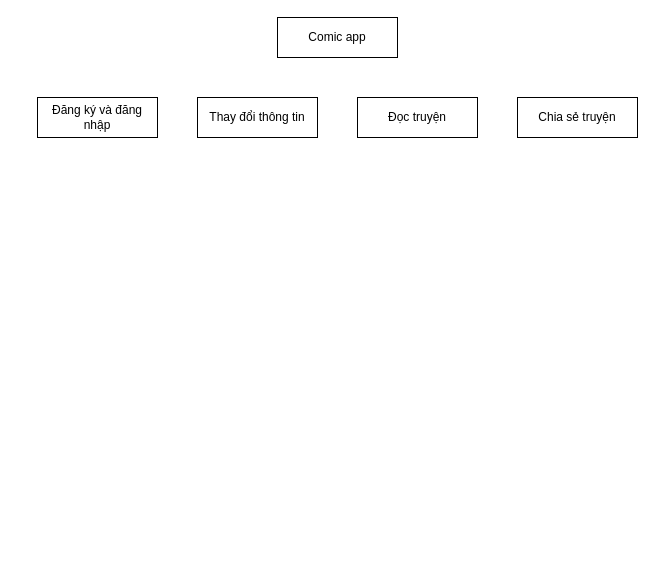
Above: Untitled Diagram.drawio in CosmicFishi/test_ki-m_th- (draw.io), before the change. Source tidied: cells renumbered, new cells numbered last; positions are measured from the earlier drawing's top-left corner, leaving out a move shared by most shapes. Both pictures are drawn from the tidied source at 100%, with x=0, y=0 at pixel (37, 17).
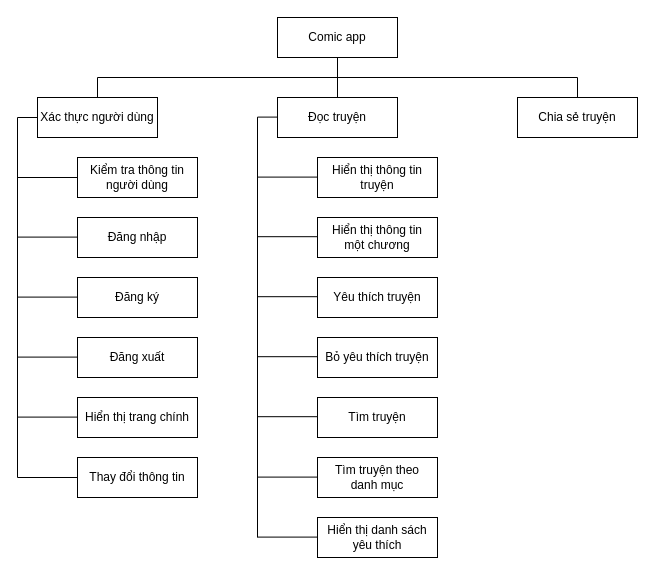
After the change.

Unchanged cells that the change refers to:
```xml
<mxCell id="2" value="Comic app" style="rounded=0;whiteSpace=wrap;html=1;" parent="1" vertex="1">
  <mxGeometry x="240" width="120" height="40" as="geometry" />
</mxCell>
<mxCell id="6" value="Chia sẻ truyện" style="rounded=0;whiteSpace=wrap;html=1;" parent="1" vertex="1">
  <mxGeometry x="480" y="80" width="120" height="40" as="geometry" />
</mxCell>
```

Change to the diagram source:
```diff
@@
-    <mxCell id="3" value="Đăng ký và đăng nhập" style="rounded=0;whiteSpace=wrap;html=1;" parent="1" vertex="1">
+    <mxCell id="3" value="Xác thực người dùng" style="rounded=0;whiteSpace=wrap;html=1;" parent="1" vertex="1">
       <mxGeometry y="80" width="120" height="40" as="geometry" />
     </mxCell>
-    <mxCell id="4" value="Thay đổi thông tin" style="rounded=0;whiteSpace=wrap;html=1;" parent="1" vertex="1">
-      <mxGeometry x="160" y="80" width="120" height="40" as="geometry" />
-    </mxCell>
     <mxCell id="5" value="Đọc truyện" style="rounded=0;whiteSpace=wrap;html=1;" parent="1" vertex="1">
-      <mxGeometry x="320" y="80" width="120" height="40" as="geometry" />
+      <mxGeometry x="240" y="80" width="120" height="40" as="geometry" />
     </mxCell>
@@
+    <mxCell id="7" style="endArrow=none;html=1;" parent="1" edge="1">
+      <mxGeometry relative="1" as="geometry">
+        <mxPoint x="60" y="60" as="sourcePoint" />
+        <mxPoint x="540" y="60" as="targetPoint" />
+      </mxGeometry>
+    </mxCell>
+    <mxCell id="8" style="endArrow=none;html=1;entryX=0.5;entryY=1;entryDx=0;entryDy=0;" parent="1" edge="1" target="2">
+      <mxGeometry relative="1" as="geometry">
+        <mxPoint x="300" y="60" as="sourcePoint" />
+      </mxGeometry>
+    </mxCell>
+    <mxCell id="9" style="endArrow=none;html=1;exitX=0.5;exitY=0;exitDx=0;exitDy=0;" parent="1" edge="1" source="5">
+      <mxGeometry relative="1" as="geometry">
+        <mxPoint x="300" y="60" as="targetPoint" />
+      </mxGeometry>
+    </mxCell>
+    <mxCell id="10" style="endArrow=none;html=1;exitX=0.5;exitY=0;exitDx=0;exitDy=0;" parent="1" edge="1" source="6">
+      <mxGeometry relative="1" as="geometry">
+        <mxPoint x="540" y="60" as="targetPoint" />
+      </mxGeometry>
+    </mxCell>
+    <mxCell id="11" style="endArrow=none;html=1;exitX=0.5;exitY=0;exitDx=0;exitDy=0;" parent="1" edge="1" source="3">
+      <mxGeometry relative="1" as="geometry">
+        <mxPoint x="60" y="60" as="targetPoint" />
+      </mxGeometry>
+    </mxCell>
+    <mxCell id="12" value="Kiểm tra thông tin người dùng" style="rounded=0;whiteSpace=wrap;html=1;" parent="1" vertex="1">
+      <mxGeometry x="40" y="140" width="120" height="40" as="geometry" />
+    </mxCell>
+    <mxCell id="13" value="Đăng nhập" style="rounded=0;whiteSpace=wrap;html=1;" parent="1" vertex="1">
+      <mxGeometry x="40" y="200" width="120" height="40" as="geometry" />
+    </mxCell>
+    <mxCell id="14" value="Đăng ký" style="rounded=0;whiteSpace=wrap;html=1;" parent="1" vertex="1">
+      <mxGeometry x="40" y="260" width="120" height="40" as="geometry" />
+    </mxCell>
+    <mxCell id="15" value="Đăng xuất" style="rounded=0;whiteSpace=wrap;html=1;" parent="1" vertex="1">
+      <mxGeometry x="40" y="320" width="120" height="40" as="geometry" />
+    </mxCell>
+    <mxCell id="16" value="Hiển thị trang chính" style="rounded=0;whiteSpace=wrap;html=1;" parent="1" vertex="1">
+      <mxGeometry x="40" y="380" width="120" height="40" as="geometry" />
+    </mxCell>
+    <mxCell id="4" value="Thay đổi thông tin" style="rounded=0;whiteSpace=wrap;html=1;" parent="1" vertex="1">
+      <mxGeometry x="40" y="440" width="120" height="40" as="geometry" />
+    </mxCell>
+    <mxCell id="17" value="Hiển thị thông tin truyện" style="rounded=0;whiteSpace=wrap;html=1;" parent="1" vertex="1">
+      <mxGeometry x="280" y="140" width="120" height="40" as="geometry" />
+    </mxCell>
+    <mxCell id="18" value="Hiển thị thông tin &lt;br&gt;một chương" style="rounded=0;whiteSpace=wrap;html=1;" parent="1" vertex="1">
+      <mxGeometry x="280" y="200" width="120" height="40" as="geometry" />
+    </mxCell>
+    <mxCell id="19" value="Yêu thích truyện" style="rounded=0;whiteSpace=wrap;html=1;" parent="1" vertex="1">
+      <mxGeometry x="280" y="260" width="120" height="40" as="geometry" />
+    </mxCell>
+    <mxCell id="20" value="Bỏ yêu thích truyện" style="rounded=0;whiteSpace=wrap;html=1;" parent="1" vertex="1">
+      <mxGeometry x="280" y="320" width="120" height="40" as="geometry" />
+    </mxCell>
+    <mxCell id="21" value="Tìm truyện" style="rounded=0;whiteSpace=wrap;html=1;" parent="1" vertex="1">
+      <mxGeometry x="280" y="380" width="120" height="40" as="geometry" />
+    </mxCell>
+    <mxCell id="22" value="Tìm truyện theo &lt;br&gt;danh mục" style="rounded=0;whiteSpace=wrap;html=1;" parent="1" vertex="1">
+      <mxGeometry x="280" y="440" width="120" height="40" as="geometry" />
+    </mxCell>
+    <mxCell id="23" value="Hiển thị danh sách yêu thích" style="rounded=0;whiteSpace=wrap;html=1;" parent="1" vertex="1">
+      <mxGeometry x="280" y="500" width="120" height="40" as="geometry" />
+    </mxCell>
+    <mxCell id="24" style="endArrow=none;html=1;entryX=0;entryY=0.5;entryDx=0;entryDy=0;" parent="1" edge="1" target="3">
+      <mxGeometry relative="1" as="geometry">
+        <mxPoint x="-20" y="100" as="sourcePoint" />
+      </mxGeometry>
+    </mxCell>
+    <mxCell id="25" style="endArrow=none;html=1;" parent="1" edge="1">
+      <mxGeometry relative="1" as="geometry">
+        <mxPoint x="-20" y="100" as="sourcePoint" />
+        <mxPoint x="-20" y="460" as="targetPoint" />
+      </mxGeometry>
+    </mxCell>
+    <mxCell id="26" style="endArrow=none;html=1;entryX=0;entryY=0.5;entryDx=0;entryDy=0;" parent="1" edge="1" target="12">
+      <mxGeometry relative="1" as="geometry">
+        <mxPoint x="-20" y="160" as="sourcePoint" />
+      </mxGeometry>
+    </mxCell>
+    <mxCell id="27" style="endArrow=none;html=1;entryX=0;entryY=0.5;entryDx=0;entryDy=0;" parent="1" edge="1">
+      <mxGeometry relative="1" as="geometry">
+        <mxPoint x="-20" y="219.6" as="sourcePoint" />
+        <mxPoint x="40" y="219.6" as="targetPoint" />
+      </mxGeometry>
+    </mxCell>
+    <mxCell id="28" style="endArrow=none;html=1;entryX=0;entryY=0.5;entryDx=0;entryDy=0;" parent="1" edge="1">
+      <mxGeometry relative="1" as="geometry">
+        <mxPoint x="-20" y="279.6" as="sourcePoint" />
+        <mxPoint x="40" y="279.6" as="targetPoint" />
+      </mxGeometry>
+    </mxCell>
+    <mxCell id="29" style="endArrow=none;html=1;entryX=0;entryY=0.5;entryDx=0;entryDy=0;" parent="1" edge="1">
+      <mxGeometry relative="1" as="geometry">
+        <mxPoint x="-20" y="339.6" as="sourcePoint" />
+        <mxPoint x="40" y="339.6" as="targetPoint" />
+      </mxGeometry>
+    </mxCell>
+    <mxCell id="30" style="endArrow=none;html=1;entryX=0;entryY=0.5;entryDx=0;entryDy=0;" parent="1" edge="1">
+      <mxGeometry relative="1" as="geometry">
+        <mxPoint x="-20" y="399.6" as="sourcePoint" />
+        <mxPoint x="40" y="399.6" as="targetPoint" />
+      </mxGeometry>
+    </mxCell>
+    <mxCell id="31" style="endArrow=none;html=1;entryX=0;entryY=0.5;entryDx=0;entryDy=0;" parent="1" edge="1">
+      <mxGeometry relative="1" as="geometry">
+        <mxPoint x="-20" y="460" as="sourcePoint" />
+        <mxPoint x="40" y="460" as="targetPoint" />
+      </mxGeometry>
+    </mxCell>
+    <mxCell id="32" style="endArrow=none;html=1;" parent="1" edge="1">
+      <mxGeometry relative="1" as="geometry">
+        <mxPoint x="220" y="99.6" as="sourcePoint" />
+        <mxPoint x="220" y="520" as="targetPoint" />
+      </mxGeometry>
+    </mxCell>
+    <mxCell id="33" style="endArrow=none;html=1;entryX=0;entryY=0.5;entryDx=0;entryDy=0;" parent="1" edge="1">
+      <mxGeometry relative="1" as="geometry">
+        <mxPoint x="220" y="159.6" as="sourcePoint" />
+        <mxPoint x="280" y="159.6" as="targetPoint" />
+      </mxGeometry>
+    </mxCell>
+    <mxCell id="34" style="endArrow=none;html=1;entryX=0;entryY=0.5;entryDx=0;entryDy=0;" parent="1" edge="1">
+      <mxGeometry relative="1" as="geometry">
+        <mxPoint x="220" y="219.2" as="sourcePoint" />
+        <mxPoint x="280" y="219.2" as="targetPoint" />
+      </mxGeometry>
+    </mxCell>
+    <mxCell id="35" style="endArrow=none;html=1;entryX=0;entryY=0.5;entryDx=0;entryDy=0;" parent="1" edge="1">
+      <mxGeometry relative="1" as="geometry">
+        <mxPoint x="220" y="279.2" as="sourcePoint" />
+        <mxPoint x="280" y="279.2" as="targetPoint" />
+      </mxGeometry>
+    </mxCell>
+    <mxCell id="36" style="endArrow=none;html=1;entryX=0;entryY=0.5;entryDx=0;entryDy=0;" parent="1" edge="1">
+      <mxGeometry relative="1" as="geometry">
+        <mxPoint x="220" y="339.2" as="sourcePoint" />
+        <mxPoint x="280" y="339.2" as="targetPoint" />
+      </mxGeometry>
+    </mxCell>
+    <mxCell id="37" style="endArrow=none;html=1;entryX=0;entryY=0.5;entryDx=0;entryDy=0;" parent="1" edge="1">
+      <mxGeometry relative="1" as="geometry">
+        <mxPoint x="220" y="399.2" as="sourcePoint" />
+        <mxPoint x="280" y="399.2" as="targetPoint" />
+      </mxGeometry>
+    </mxCell>
+    <mxCell id="38" style="endArrow=none;html=1;entryX=0;entryY=0.5;entryDx=0;entryDy=0;" parent="1" edge="1">
+      <mxGeometry relative="1" as="geometry">
+        <mxPoint x="220" y="459.6" as="sourcePoint" />
+        <mxPoint x="280" y="459.6" as="targetPoint" />
+      </mxGeometry>
+    </mxCell>
+    <mxCell id="39" style="endArrow=none;html=1;entryX=0;entryY=0.5;entryDx=0;entryDy=0;" parent="1" edge="1">
+      <mxGeometry relative="1" as="geometry">
+        <mxPoint x="220" y="99.6" as="sourcePoint" />
+        <mxPoint x="240" y="99.6" as="targetPoint" />
+      </mxGeometry>
+    </mxCell>
+    <mxCell id="40" style="endArrow=none;html=1;entryX=0;entryY=0.5;entryDx=0;entryDy=0;" parent="1" edge="1">
+      <mxGeometry relative="1" as="geometry">
+        <mxPoint x="220" y="519.6" as="sourcePoint" />
+        <mxPoint x="280" y="519.6" as="targetPoint" />
+      </mxGeometry>
+    </mxCell>
```
